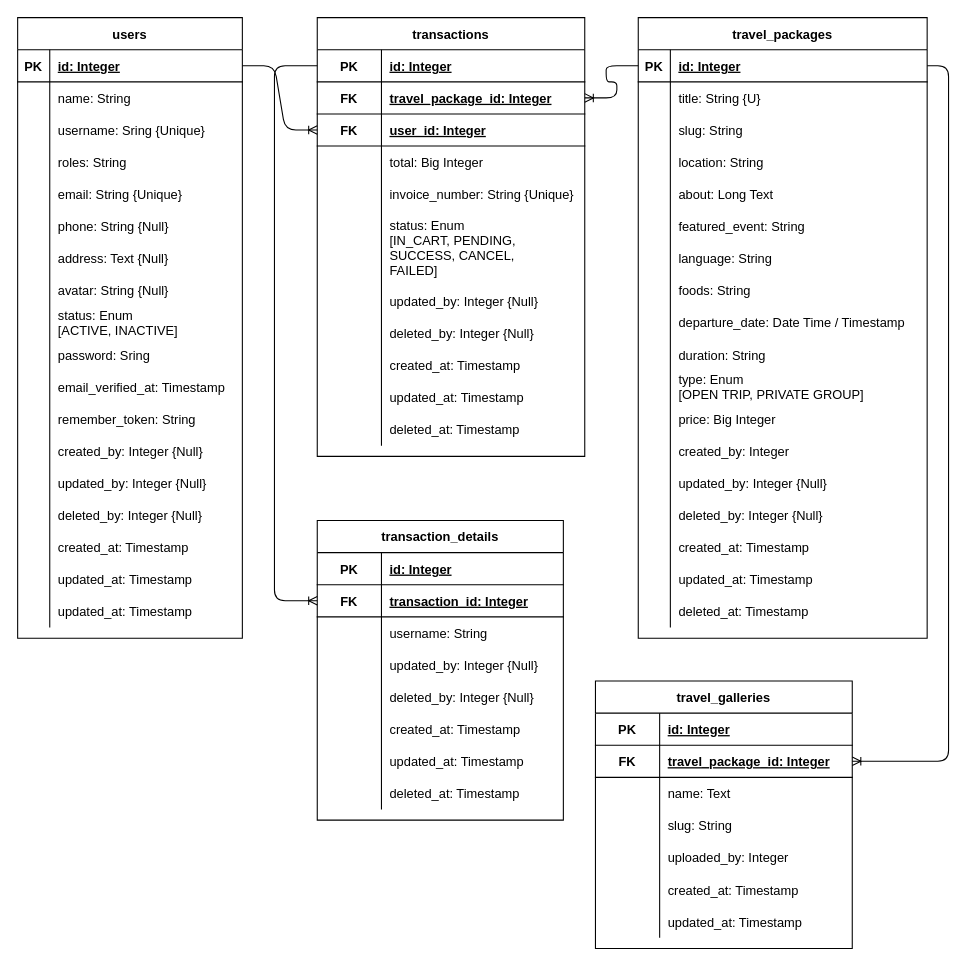
Earlier version of the draw.io diagram erd.drawio (luckyman1004/Travel_Laravel). Source tidied: cells renumbered, new cells numbered last; positions are measured from the earlier drawing's top-left corner, leaving out a move shared by most shapes. Both pictures are drawn from the tidied source at 107%, with x=0, y=0 at pixel (17, 17).
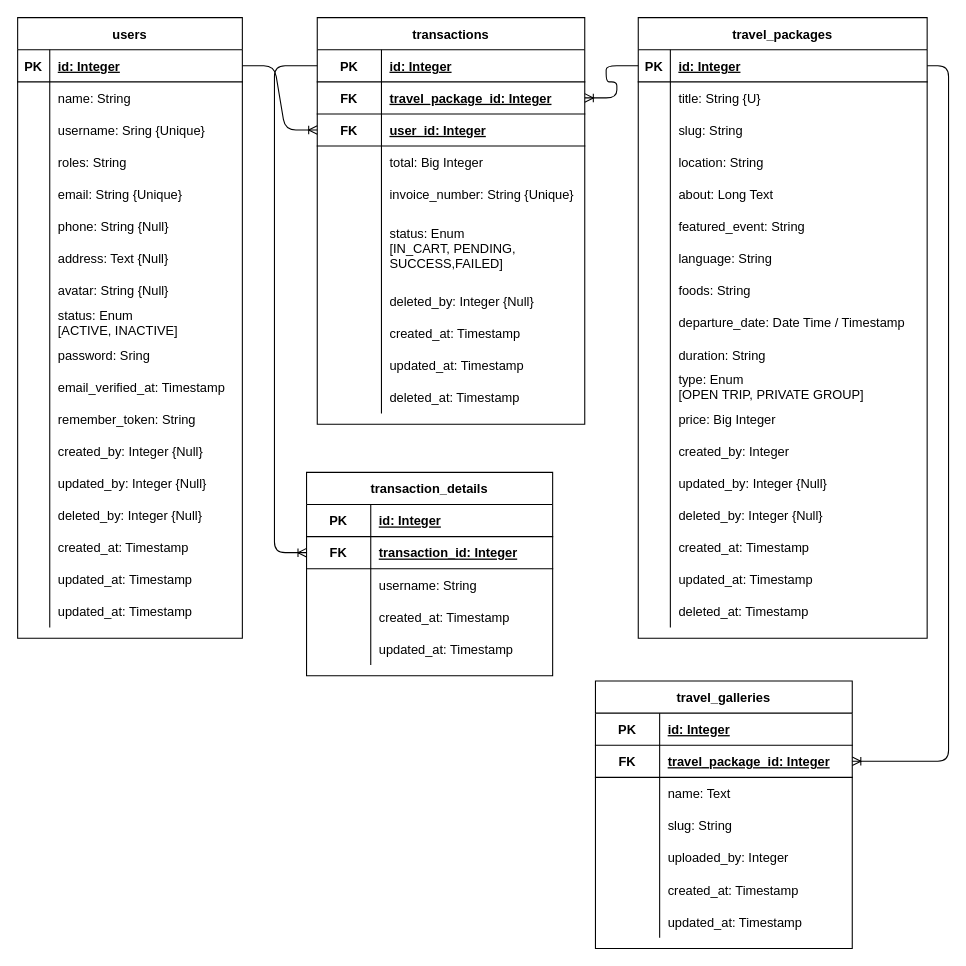
The same page after the edit.

The change refers to these unchanged cells:
```xml
<mxCell id="150" style="shape=partialRectangle;fillColor=none;top=0;left=0;bottom=0;right=0;" parent="134" vertex="1">
  <mxGeometry y="180" width="250" height="70" as="geometry" />
</mxCell>
```

The edit, as a diff of the source:
```diff
@@
     <mxCell id="134" value="transactions" style="shape=table;startSize=30;childLayout=tableLayout;rowLines=0;fontStyle=1;align=center;fillColor=none;" parent="1" vertex="1">
-      <mxGeometry x="280" width="250" height="410" as="geometry" />
+      <mxGeometry x="280" width="250" height="380" as="geometry" />
     </mxCell>
@@
-    <mxCell id="152" value="status: Enum&#10;[IN_CART, PENDING,&#10;SUCCESS, CANCEL,&#10;FAILED]" style="shape=partialRectangle;fillColor=none;top=0;left=0;bottom=0;right=0;align=left;spacingLeft=6;overflow=hidden;" parent="150" vertex="1">
+    <mxCell id="152" value="status: Enum&#10;[IN_CART, PENDING,&#10;SUCCESS,FAILED]" style="shape=partialRectangle;fillColor=none;top=0;left=0;bottom=0;right=0;align=left;spacingLeft=6;overflow=hidden;" parent="150" vertex="1">
       <mxGeometry x="60" width="190" height="70" as="geometry" />
     </mxCell>
-    <mxCell id="153" style="shape=partialRectangle;fillColor=none;top=0;left=0;bottom=0;right=0;" parent="134" vertex="1">
-      <mxGeometry y="250" width="250" height="30" as="geometry" />
-    </mxCell>
-    <mxCell id="154" style="shape=partialRectangle;fillColor=none;top=0;left=0;bottom=0;right=0;overflow=hidden;" parent="153" vertex="1">
-      <mxGeometry width="60" height="30" as="geometry" />
-    </mxCell>
-    <mxCell id="155" value="updated_by: Integer {Null}" style="shape=partialRectangle;fillColor=none;top=0;left=0;bottom=0;right=0;align=left;spacingLeft=6;overflow=hidden;" parent="153" vertex="1">
-      <mxGeometry x="60" width="190" height="30" as="geometry" />
-    </mxCell>
     <mxCell id="156" style="shape=partialRectangle;fillColor=none;top=0;left=0;bottom=0;right=0;" parent="134" vertex="1">
-      <mxGeometry y="280" width="250" height="30" as="geometry" />
+      <mxGeometry y="250" width="250" height="30" as="geometry" />
     </mxCell>
@@
     <mxCell id="159" style="shape=partialRectangle;fillColor=none;top=0;left=0;bottom=0;right=0;" parent="134" vertex="1">
-      <mxGeometry y="310" width="250" height="30" as="geometry" />
+      <mxGeometry y="280" width="250" height="30" as="geometry" />
     </mxCell>
@@
     <mxCell id="162" style="shape=partialRectangle;fillColor=none;top=0;left=0;bottom=0;right=0;" parent="134" vertex="1">
-      <mxGeometry y="340" width="250" height="30" as="geometry" />
+      <mxGeometry y="310" width="250" height="30" as="geometry" />
     </mxCell>
@@
     <mxCell id="165" style="shape=partialRectangle;fillColor=none;top=0;left=0;bottom=0;right=0;" parent="134" vertex="1">
-      <mxGeometry y="370" width="250" height="30" as="geometry" />
+      <mxGeometry y="340" width="250" height="30" as="geometry" />
     </mxCell>
@@
     <mxCell id="168" value="transaction_details" style="shape=table;startSize=30;childLayout=tableLayout;rowLines=0;fontStyle=1;align=center;fillColor=none;" parent="1" vertex="1">
-      <mxGeometry x="280" y="470" width="230" height="280" as="geometry" />
+      <mxGeometry x="270" y="425" width="230" height="190" as="geometry" />
     </mxCell>
@@
-    <mxCell id="178" style="shape=partialRectangle;fillColor=none;top=0;left=0;bottom=0;right=0;" parent="168" vertex="1">
-      <mxGeometry y="120" width="230" height="30" as="geometry" />
-    </mxCell>
-    <mxCell id="179" style="shape=partialRectangle;fillColor=none;top=0;left=0;bottom=0;right=0;overflow=hidden;" parent="178" vertex="1">
-      <mxGeometry width="60" height="30" as="geometry" />
-    </mxCell>
-    <mxCell id="180" value="updated_by: Integer {Null}" style="shape=partialRectangle;fillColor=none;top=0;left=0;bottom=0;right=0;align=left;spacingLeft=6;overflow=hidden;" parent="178" vertex="1">
-      <mxGeometry x="60" width="170" height="30" as="geometry" />
-    </mxCell>
-    <mxCell id="181" style="shape=partialRectangle;fillColor=none;top=0;left=0;bottom=0;right=0;" parent="168" vertex="1">
-      <mxGeometry y="150" width="230" height="30" as="geometry" />
-    </mxCell>
-    <mxCell id="182" style="shape=partialRectangle;fillColor=none;top=0;left=0;bottom=0;right=0;overflow=hidden;" parent="181" vertex="1">
-      <mxGeometry width="60" height="30" as="geometry" />
-    </mxCell>
-    <mxCell id="183" value="deleted_by: Integer {Null}" style="shape=partialRectangle;fillColor=none;top=0;left=0;bottom=0;right=0;align=left;spacingLeft=6;overflow=hidden;" parent="181" vertex="1">
-      <mxGeometry x="60" width="170" height="30" as="geometry" />
-    </mxCell>
     <mxCell id="184" style="shape=partialRectangle;fillColor=none;top=0;left=0;bottom=0;right=0;" parent="168" vertex="1">
-      <mxGeometry y="180" width="230" height="30" as="geometry" />
+      <mxGeometry y="120" width="230" height="30" as="geometry" />
     </mxCell>
@@
     <mxCell id="187" style="shape=partialRectangle;fillColor=none;top=0;left=0;bottom=0;right=0;" parent="168" vertex="1">
-      <mxGeometry y="210" width="230" height="30" as="geometry" />
+      <mxGeometry y="150" width="230" height="30" as="geometry" />
     </mxCell>
@@
-    <mxCell id="190" style="shape=partialRectangle;fillColor=none;top=0;left=0;bottom=0;right=0;" parent="168" vertex="1">
-      <mxGeometry y="240" width="230" height="30" as="geometry" />
-    </mxCell>
-    <mxCell id="191" style="shape=partialRectangle;fillColor=none;top=0;left=0;bottom=0;right=0;overflow=hidden;" parent="190" vertex="1">
-      <mxGeometry width="60" height="30" as="geometry" />
-    </mxCell>
-    <mxCell id="192" value="deleted_at: Timestamp" style="shape=partialRectangle;fillColor=none;top=0;left=0;bottom=0;right=0;align=left;spacingLeft=6;overflow=hidden;" parent="190" vertex="1">
-      <mxGeometry x="60" width="170" height="30" as="geometry" />
-    </mxCell>
```
